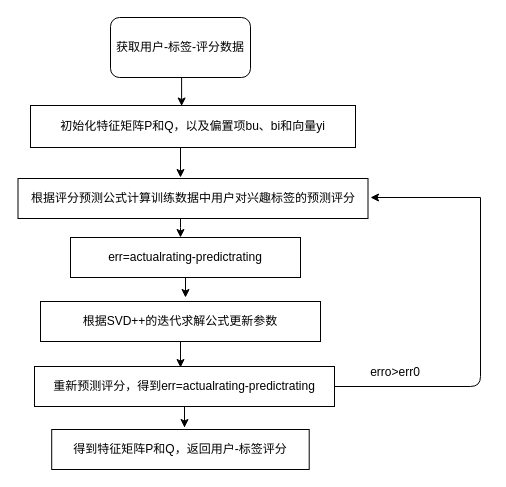
Earlier version of the draw.io diagram Untitled Diagram.drawio (xingxingxu97/-). Source tidied: cells renumbered, new cells numbered last; positions are measured from the earlier drawing's top-left corner, leaving out a move shared by most shapes. Both pictures are drawn from the tidied source at 100%, with x=0, y=0 at pixel (18, 17).
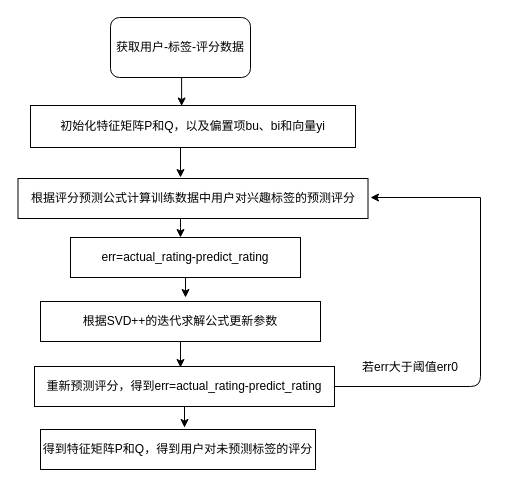
Above is the later version.

The edit, as a diff of the source:
```diff
@@
-    <mxCell id="9" value="err=actualrating-predictrating" style="rounded=0;whiteSpace=wrap;html=1;" parent="1" vertex="1">
+    <mxCell id="9" value="err=actual_rating-predict_rating" style="rounded=0;whiteSpace=wrap;html=1;" parent="1" vertex="1">
       <mxGeometry x="52" y="220" width="230" height="40" as="geometry" />
     </mxCell>
@@
-    <mxCell id="13" value="重新预测评分，得到err=actualrating-predictrating" style="rounded=0;whiteSpace=wrap;html=1;" parent="1" vertex="1">
+    <mxCell id="13" value="重新预测评分，得到err=actual_rating-predict_rating" style="rounded=0;whiteSpace=wrap;html=1;" parent="1" vertex="1">
       <mxGeometry x="16" y="349" width="300" height="40" as="geometry" />
     </mxCell>
@@
-    <mxCell id="16" value="erro&amp;gt;err0" style="text;html=1;strokeColor=none;fillColor=none;align=center;verticalAlign=middle;whiteSpace=wrap;rounded=0;" parent="1" vertex="1">
-      <mxGeometry x="342" y="340" width="70" height="29" as="geometry" />
+    <mxCell id="16" value="若err大于阈值err0" style="text;html=1;strokeColor=none;fillColor=none;align=center;verticalAlign=middle;whiteSpace=wrap;rounded=0;" parent="1" vertex="1">
+      <mxGeometry x="331" y="331" width="122" height="38" as="geometry" />
     </mxCell>
-    <mxCell id="17" value="得到特征矩阵P和Q，返回用户-标签评分" style="rounded=0;whiteSpace=wrap;html=1;" parent="1" vertex="1">
-      <mxGeometry x="33.2" y="412" width="257.5" height="40" as="geometry" />
+    <mxCell id="17" value="得到特征矩阵P和Q，得到用户对未预测标签的评分" style="rounded=0;whiteSpace=wrap;html=1;" parent="1" vertex="1">
+      <mxGeometry x="22" y="412" width="275" height="40" as="geometry" />
     </mxCell>
```
